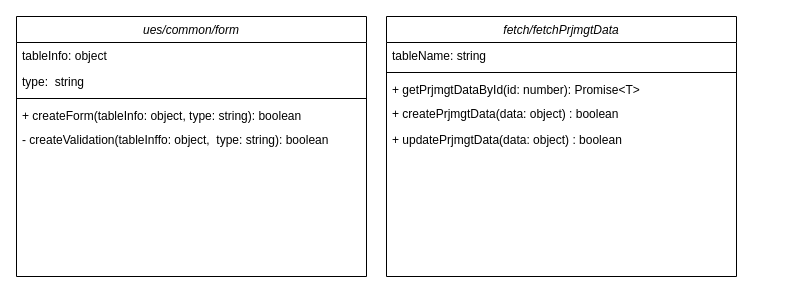
shinminchang/MyPlayground keeps this draw.io diagram as Study/Untitled Diagram.drawio. Above is the earlier version. Source tidied: cells renumbered, new cells numbered last; positions are measured from the earlier drawing's top-left corner, leaving out a move shared by most shapes. Both pictures are drawn from the tidied source at 100%, with x=0, y=0 at pixel (16, 16).
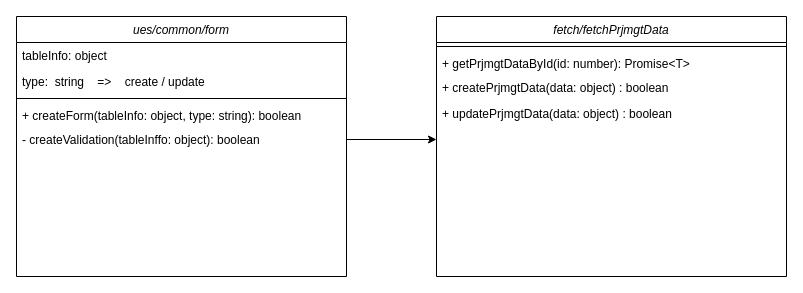
The same page after the edit.

Diff of the diagram source:
```diff
@@
 <mxGraphModel>
   <root>
     <mxCell id="0" />
     <mxCell id="1" parent="0" />
     <mxCell id="2" value="ues/common/form" style="swimlane;fontStyle=2;align=center;verticalAlign=top;horizontal=1;startSize=26;rounded=0;shadow=0;strokeWidth=1;" parent="1" vertex="1">
-      <mxGeometry width="350" height="260" as="geometry" />
+      <mxGeometry width="330" height="260" as="geometry" />
     </mxCell>
     <mxCell id="3" value="tableInfo: object" style="text;align=left;verticalAlign=top;spacingLeft=4;spacingRight=4;overflow=hidden;" parent="2" vertex="1">
-      <mxGeometry y="26" width="350" height="26" as="geometry" />
+      <mxGeometry y="26" width="330" height="26" as="geometry" />
     </mxCell>
-    <mxCell id="4" value="type:  string" style="text;align=left;verticalAlign=top;spacingLeft=4;spacingRight=4;overflow=hidden;" parent="2" vertex="1">
-      <mxGeometry y="52" width="350" height="26" as="geometry" />
+    <mxCell id="4" value="type:  string    =&gt;    create / update" style="text;align=left;verticalAlign=top;spacingLeft=4;spacingRight=4;overflow=hidden;" parent="2" vertex="1">
+      <mxGeometry y="52" width="330" height="26" as="geometry" />
     </mxCell>
     <mxCell id="5" style="line;html=1;strokeWidth=1;align=left;verticalAlign=middle;spacingTop=-1;spacingLeft=3;spacingRight=3;labelPosition=right;" parent="2" vertex="1">
-      <mxGeometry y="78" width="350" height="8" as="geometry" />
+      <mxGeometry y="78" width="330" height="8" as="geometry" />
     </mxCell>
     <mxCell id="6" value="+ createForm(tableInfo: object, type: string): boolean" style="text;align=left;verticalAlign=top;spacingLeft=4;spacingRight=4;overflow=hidden;" parent="2" vertex="1">
-      <mxGeometry y="86" width="350" height="24" as="geometry" />
+      <mxGeometry y="86" width="330" height="24" as="geometry" />
     </mxCell>
-    <mxCell id="7" value="- createValidation(tableInffo: object,  type: string): boolean" style="text;align=left;verticalAlign=top;spacingLeft=4;spacingRight=4;overflow=hidden;points=[[0,0.5],[1,0.5]];portConstraint=eastwest;" parent="2" vertex="1">
-      <mxGeometry y="110" width="350" height="26" as="geometry" />
+    <mxCell id="7" value="- createValidation(tableInffo: object): boolean" style="text;align=left;verticalAlign=top;spacingLeft=4;spacingRight=4;overflow=hidden;points=[[0,0.5],[1,0.5]];portConstraint=eastwest;" parent="2" vertex="1">
+      <mxGeometry y="110" width="330" height="26" as="geometry" />
     </mxCell>
     <mxCell id="8" value="fetch/fetchPrjmgtData" style="swimlane;fontStyle=2;align=center;verticalAlign=top;horizontal=1;startSize=26;rounded=0;shadow=0;strokeWidth=1;" parent="1" vertex="1">
-      <mxGeometry x="370" width="350" height="260" as="geometry" />
+      <mxGeometry x="420" width="350" height="260" as="geometry" />
     </mxCell>
-    <mxCell id="9" value="tableName: string" style="text;align=left;verticalAlign=top;spacingLeft=4;spacingRight=4;overflow=hidden;" parent="8" vertex="1">
-      <mxGeometry y="26" width="350" height="26" as="geometry" />
-    </mxCell>
     <mxCell id="10" style="line;html=1;strokeWidth=1;align=left;verticalAlign=middle;spacingTop=-1;spacingLeft=3;spacingRight=3;labelPosition=right;" parent="8" vertex="1">
-      <mxGeometry y="52" width="350" height="8" as="geometry" />
+      <mxGeometry y="26" width="350" height="8" as="geometry" />
     </mxCell>
     <mxCell id="11" value="+ getPrjmgtDataById(id: number): Promise&lt;T&gt; " style="text;align=left;verticalAlign=top;spacingLeft=4;spacingRight=4;overflow=hidden;" parent="8" vertex="1">
-      <mxGeometry y="60" width="350" height="24" as="geometry" />
+      <mxGeometry y="34" width="350" height="24" as="geometry" />
     </mxCell>
     <mxCell id="12" value="+ createPrjmgtData(data: object) : boolean" style="text;align=left;verticalAlign=top;spacingLeft=4;spacingRight=4;overflow=hidden;" parent="8" vertex="1">
-      <mxGeometry y="84" width="350" height="26" as="geometry" />
+      <mxGeometry y="58" width="350" height="26" as="geometry" />
     </mxCell>
     <mxCell id="13" value="+ updatePrjmgtData(data: object) : boolean" style="text;align=left;verticalAlign=top;spacingLeft=4;spacingRight=4;overflow=hidden;" parent="8" vertex="1">
-      <mxGeometry y="110" width="350" height="26" as="geometry" />
+      <mxGeometry y="84" width="350" height="26" as="geometry" />
     </mxCell>
+    <mxCell id="14" style="edgeStyle=orthogonalEdgeStyle;rounded=0;jettySize=auto;html=1;" parent="1" edge="1" source="7">
+      <mxGeometry relative="1" as="geometry">
+        <mxPoint x="420" y="123" as="targetPoint" />
+        <Array as="points">
+          <mxPoint x="420" y="123" />
+        </Array>
+      </mxGeometry>
+    </mxCell>
   </root>
 </mxGraphModel>
```
